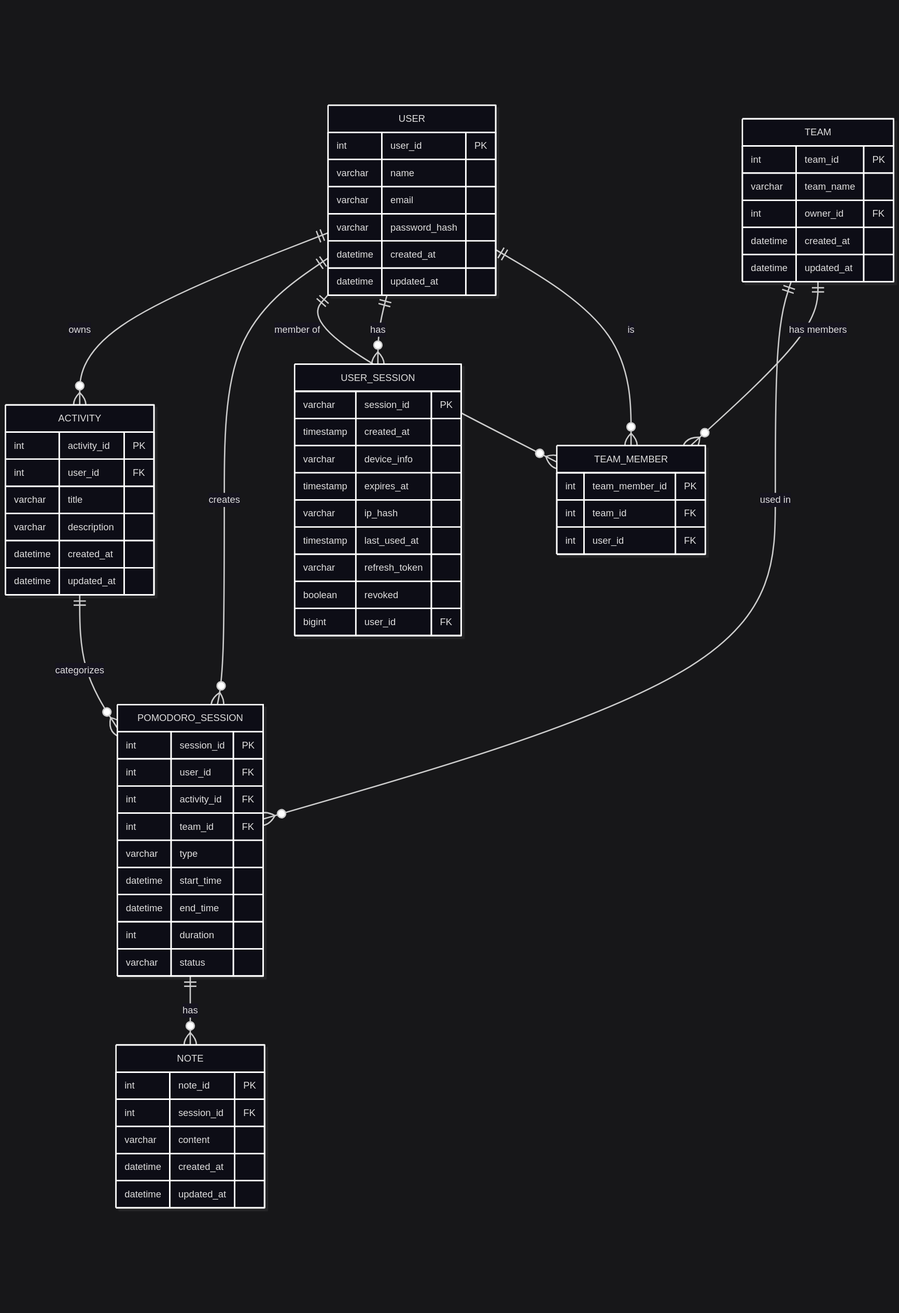
Before: document/erd.png, a diagram exported from Mermaid (PUP-BSIT/project-g-cache). Its source is kept beside it as document/erd.mmd.
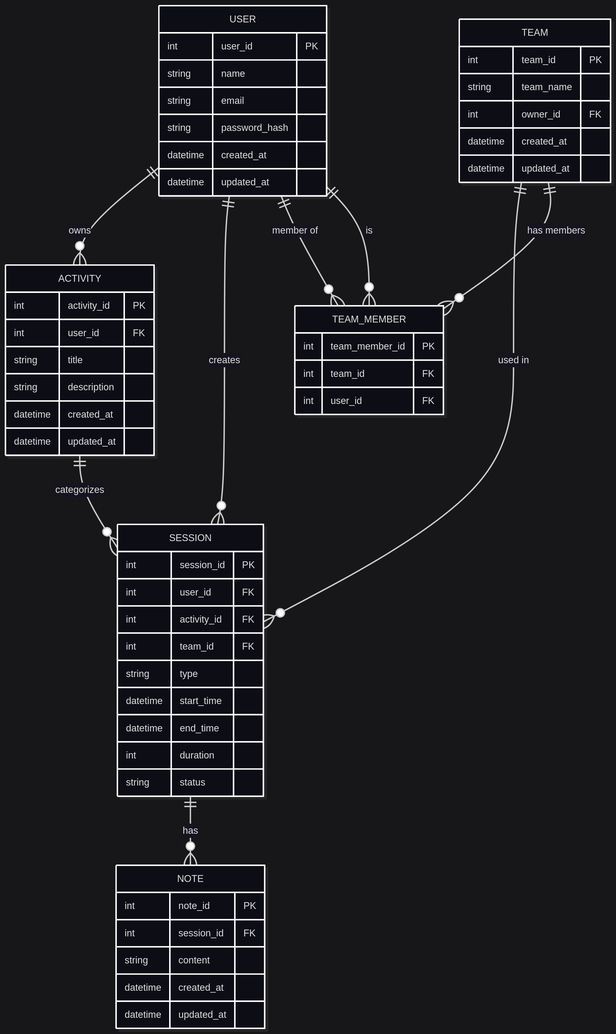
After the commit.

The edit, as a diff of the source:
```diff
@@ -1,9 +1,9 @@
 erDiagram
     USER {
         int user_id PK
-        string name
-        string email
-        string password_hash
+        varchar name
+        varchar email
+        varchar password_hash
         datetime created_at
         datetime updated_at
     }
@@ -11,35 +11,35 @@
     ACTIVITY {
         int activity_id PK
         int user_id FK
-        string title
-        string description
+        varchar title
+        varchar description
         datetime created_at
         datetime updated_at
     }
 
-    SESSION {
+    POMODORO_SESSION {
         int session_id PK
         int user_id FK
         int activity_id FK
         int team_id FK
-        string type
+        varchar type
         datetime start_time
         datetime end_time
         int duration
-        string status
+        varchar status
     }
 
     NOTE {
         int note_id PK
         int session_id FK
-        string content
+        varchar content
         datetime created_at
         datetime updated_at
     }
 
     TEAM {
         int team_id PK
-        string team_name
+        varchar team_name
         int owner_id FK
         datetime created_at
         datetime updated_at
@@ -51,11 +51,24 @@
         int user_id FK
     }
 
+    USER_SESSION {
+        varchar session_id PK
+        timestamp created_at
+        varchar device_info
+        timestamp expires_at
+        varchar ip_hash
+        timestamp last_used_at
+        varchar refresh_token
+        boolean revoked
+        bigint user_id FK
+    }
+
     USER ||--o{ ACTIVITY : "owns"
-    USER ||--o{ SESSION : "creates"
-    ACTIVITY ||--o{ SESSION : "categorizes"
-    SESSION ||--o{ NOTE : "has"
-    TEAM ||--o{ SESSION : "used in"
+    USER ||--o{ POMODORO_SESSION : "creates"
+    ACTIVITY ||--o{ POMODORO_SESSION : "categorizes"
+    POMODORO_SESSION ||--o{ NOTE : "has"
+    TEAM ||--o{ POMODORO_SESSION : "used in"
     TEAM ||--o{ TEAM_MEMBER : "has members"
     USER ||--o{ TEAM_MEMBER : "member of"
     TEAM_MEMBER }o--|| USER : "is"
+    USER ||--o{ USER_SESSION : "has"
```
